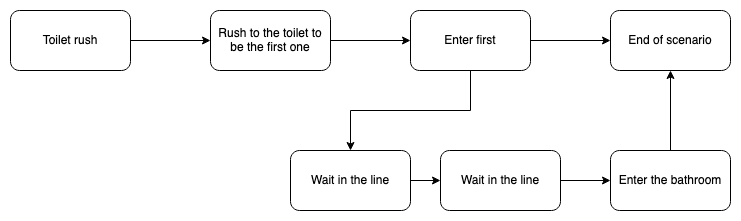
Before: docs/img/PNGS FUNCTIONAL/ToiletRush_PL.png, a diagram exported from draw.io (Louis-de-Lavenne-de-Choulot/ALGOSUP_2022_Project_4_F). Source tidied: cells renumbered, new cells last; positions are measured from the earlier drawing's top-left corner, leaving out a move shared by most shapes.
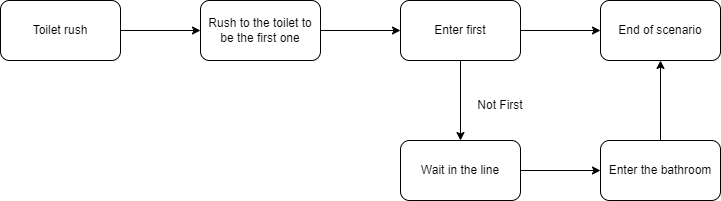
The same diagram one commit later.

Change to the diagram source:
```diff
@@ -28,23 +28,20 @@
     <mxCell id="9" value="End of scenario" style="whiteSpace=wrap;html=1;rounded=1;" parent="1" vertex="1">
       <mxGeometry x="600" width="120" height="60" as="geometry" />
     </mxCell>
-    <mxCell id="10" style="edgeStyle=orthogonalEdgeStyle;rounded=0;jettySize=auto;html=1;" parent="1" edge="1" source="11" target="13">
-      <mxGeometry relative="1" as="geometry" />
-    </mxCell>
+    <mxCell id="16" style="edgeStyle=orthogonalEdgeStyle;rounded=0;jettySize=auto;html=1;entryX=0;entryY=0.5;entryDx=0;entryDy=0;" parent="1" edge="1" source="11" target="15">
+      <mxGeometry relative="1" as="geometry" />
+    </mxCell>
     <mxCell id="11" value="Wait in the line" style="rounded=1;whiteSpace=wrap;html=1;" parent="1" vertex="1">
-      <mxGeometry x="280" y="140" width="120" height="60" as="geometry" />
+      <mxGeometry x="400" y="140" width="120" height="60" as="geometry" />
     </mxCell>
-    <mxCell id="12" style="edgeStyle=orthogonalEdgeStyle;rounded=0;jettySize=auto;html=1;" parent="1" edge="1" source="13" target="15">
-      <mxGeometry relative="1" as="geometry" />
-    </mxCell>
-    <mxCell id="13" value="Wait in the line" style="rounded=1;whiteSpace=wrap;html=1;" parent="1" vertex="1">
-      <mxGeometry x="430" y="140" width="120" height="60" as="geometry" />
-    </mxCell>
     <mxCell id="14" style="edgeStyle=orthogonalEdgeStyle;rounded=0;jettySize=auto;html=1;" parent="1" edge="1" source="15" target="9">
       <mxGeometry relative="1" as="geometry" />
     </mxCell>
     <mxCell id="15" value="Enter the bathroom" style="rounded=1;whiteSpace=wrap;html=1;" parent="1" vertex="1">
       <mxGeometry x="600" y="140" width="120" height="60" as="geometry" />
     </mxCell>
+    <mxCell id="17" value="Not First" style="text;html=1;strokeColor=none;fillColor=none;align=center;verticalAlign=middle;whiteSpace=wrap;rounded=0;" parent="1" vertex="1">
+      <mxGeometry x="470" y="90" width="60" height="30" as="geometry" />
+    </mxCell>
   </root>
 </mxGraphModel>
```
